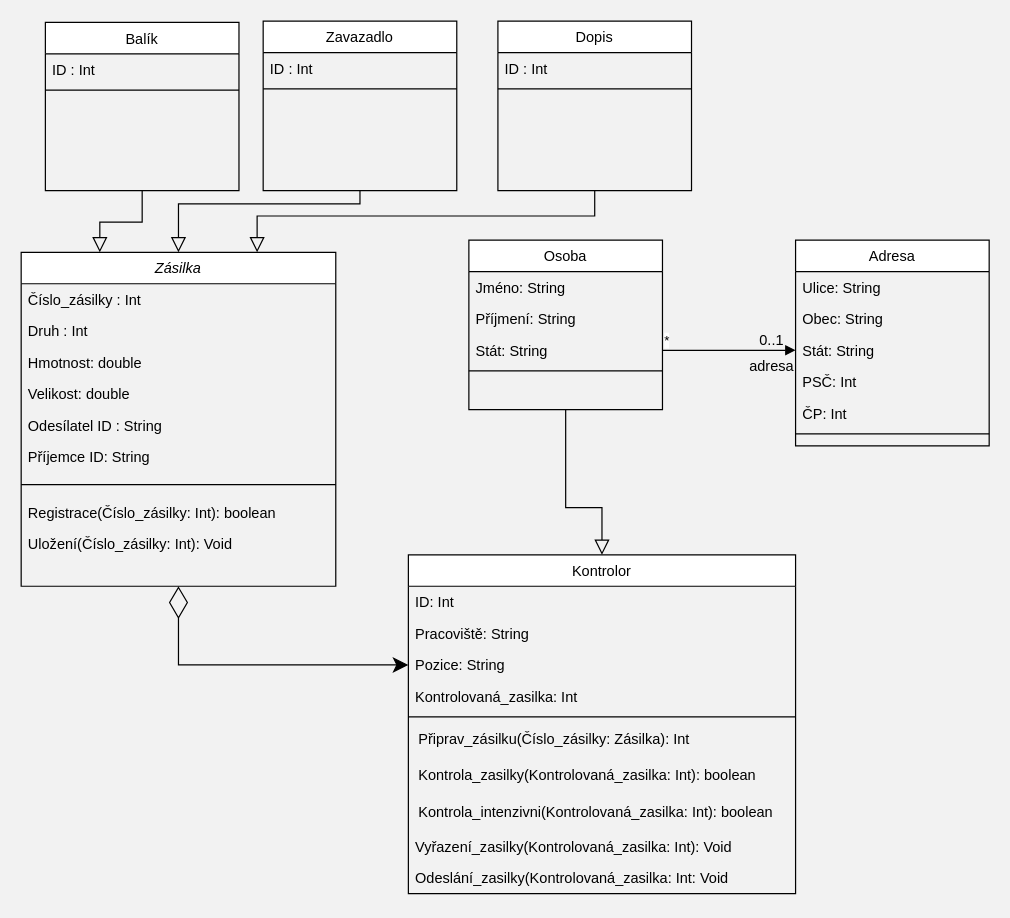
Hefik/IRS2 keeps this draw.io diagram as page "Page-1" (1 of 3) of tridy.drawio. Above is the earlier version. Source tidied: cells renumbered, new cells numbered last; positions are measured from the earlier drawing's top-left corner, leaving out a move shared by most shapes. Both pictures are drawn from the tidied source at 121%, with x=0, y=0 at pixel (21, 21).
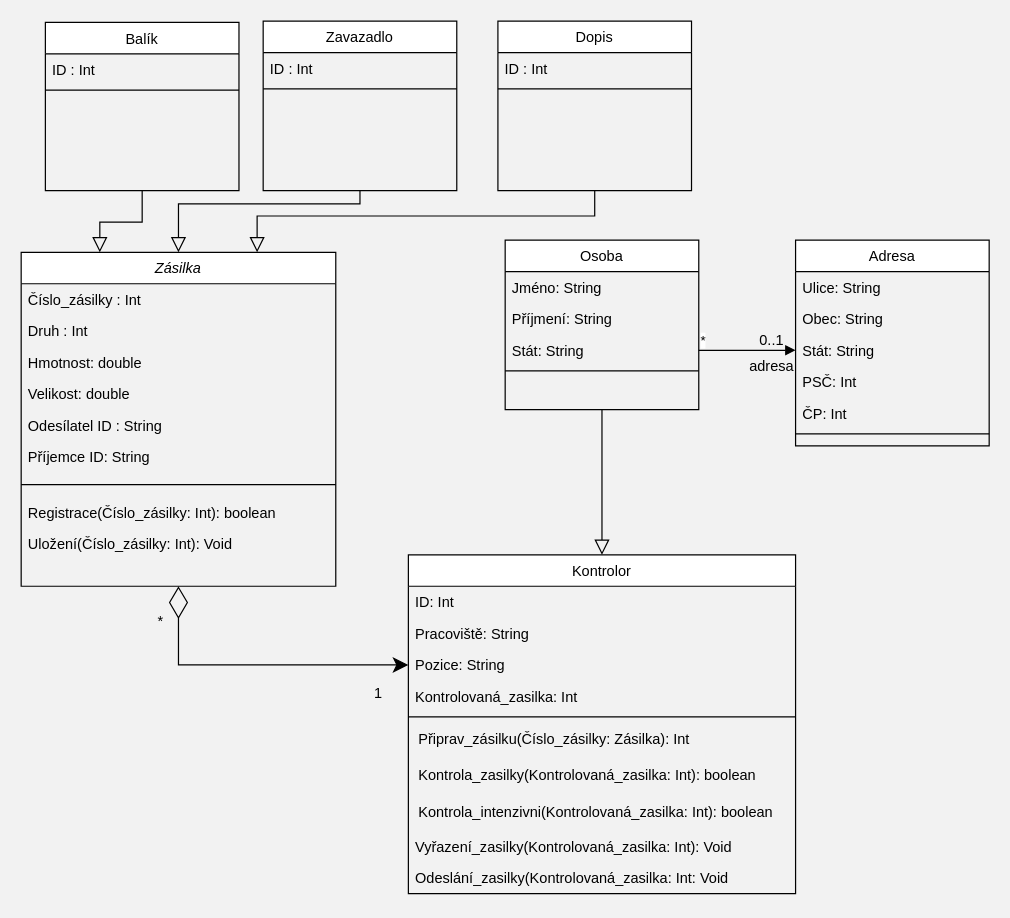
After the change.

What changed in the source:
```diff
@@
     <mxCell id="31" value="Osoba" style="swimlane;fontStyle=0;align=center;verticalAlign=top;horizontal=1;startSize=26;rounded=0;shadow=0;strokeWidth=1;fillStyle=auto;swimlaneLine=1;glass=0;" parent="1" vertex="1">
-      <mxGeometry x="370" y="181" width="160" height="140" as="geometry" />
+      <mxGeometry x="400" y="181" width="160" height="140" as="geometry" />
     </mxCell>
@@
+    <mxCell id="53" value="*" style="text;html=1;align=center;verticalAlign=middle;strokeColor=none;fillColor=none;" parent="1" vertex="1">
+      <mxGeometry x="100" y="481" width="30" height="30" as="geometry" />
+    </mxCell>
+    <mxCell id="54" value="1" style="text;html=1;align=center;verticalAlign=middle;strokeColor=none;fillColor=none;" parent="1" vertex="1">
+      <mxGeometry x="280" y="541" width="30" height="30" as="geometry" />
+    </mxCell>
```
